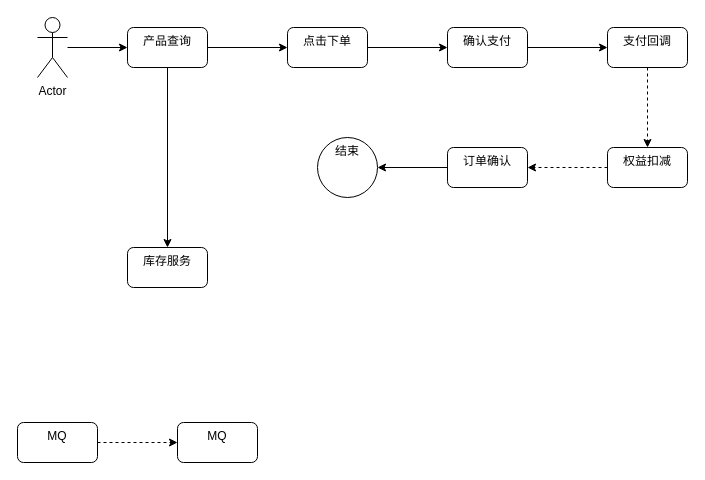
Above: page "第 2 页" (2 of 3) of 晋升.drawio in VilaNan/tsxxx.github.io (draw.io), before the change. Source tidied: cells renumbered, new cells numbered last; positions are measured from the earlier drawing's top-left corner, leaving out a move shared by most shapes. Both pictures are drawn from the tidied source at 100%, with x=0, y=0 at pixel (17, 17).
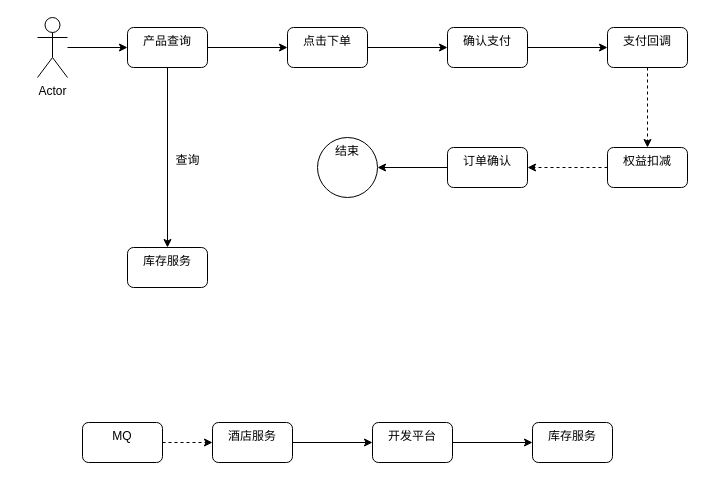
The same page after the edit.

Diff of the diagram source:
```diff
@@
     <mxCell id="20" value="MQ" style="rounded=1;whiteSpace=wrap;html=1;verticalAlign=top;" parent="1" vertex="1">
-      <mxGeometry y="405" width="80" height="40" as="geometry" />
+      <mxGeometry x="65" y="405" width="80" height="40" as="geometry" />
     </mxCell>
+    <mxCell id="22" style="edgeStyle=orthogonalEdgeStyle;rounded=0;jettySize=auto;html=1;" parent="1" edge="1" source="21" target="25">
+      <mxGeometry relative="1" as="geometry" />
+    </mxCell>
-    <mxCell id="21" value="MQ" style="rounded=1;whiteSpace=wrap;html=1;verticalAlign=top;" parent="1" vertex="1">
-      <mxGeometry x="160" y="405" width="80" height="40" as="geometry" />
+    <mxCell id="21" value="酒店服务" style="rounded=1;whiteSpace=wrap;html=1;verticalAlign=top;" parent="1" vertex="1">
+      <mxGeometry x="195" y="405" width="80" height="40" as="geometry" />
     </mxCell>
+    <mxCell id="23" value="查询" style="text;html=1;align=center;verticalAlign=middle;strokeColor=none;fillColor=none;" parent="1" vertex="1">
+      <mxGeometry x="145" y="128" width="50" height="30" as="geometry" />
+    </mxCell>
+    <mxCell id="24" style="edgeStyle=orthogonalEdgeStyle;rounded=0;jettySize=auto;html=1;" parent="1" edge="1" source="25" target="26">
+      <mxGeometry relative="1" as="geometry" />
+    </mxCell>
+    <mxCell id="25" value="开发平台" style="rounded=1;whiteSpace=wrap;html=1;verticalAlign=top;" parent="1" vertex="1">
+      <mxGeometry x="355" y="405" width="80" height="40" as="geometry" />
+    </mxCell>
+    <mxCell id="26" value="库存服务" style="rounded=1;whiteSpace=wrap;html=1;verticalAlign=top;" parent="1" vertex="1">
+      <mxGeometry x="515" y="405" width="80" height="40" as="geometry" />
+    </mxCell>
```
